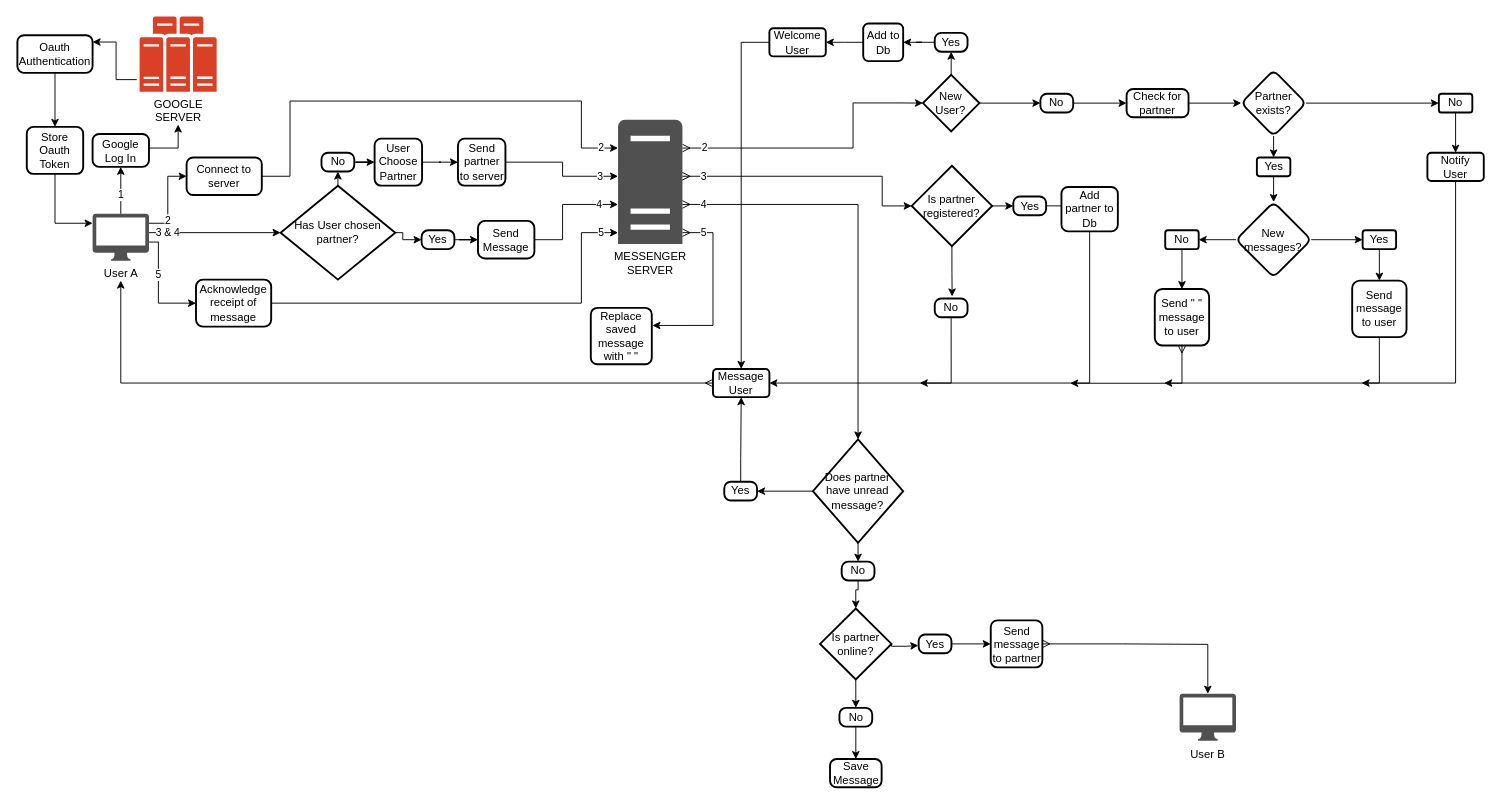
This is mini_messenger_flowchart.drawio from gitupwithit/mini_messenger_extension, a draw.io file, before an edit. Source tidied: cells renumbered, new cells numbered last; positions are measured from the earlier drawing's top-left corner, leaving out a move shared by most shapes. Both pictures are drawn from the tidied source at 94%, with x=0, y=0 at pixel (17, 16).
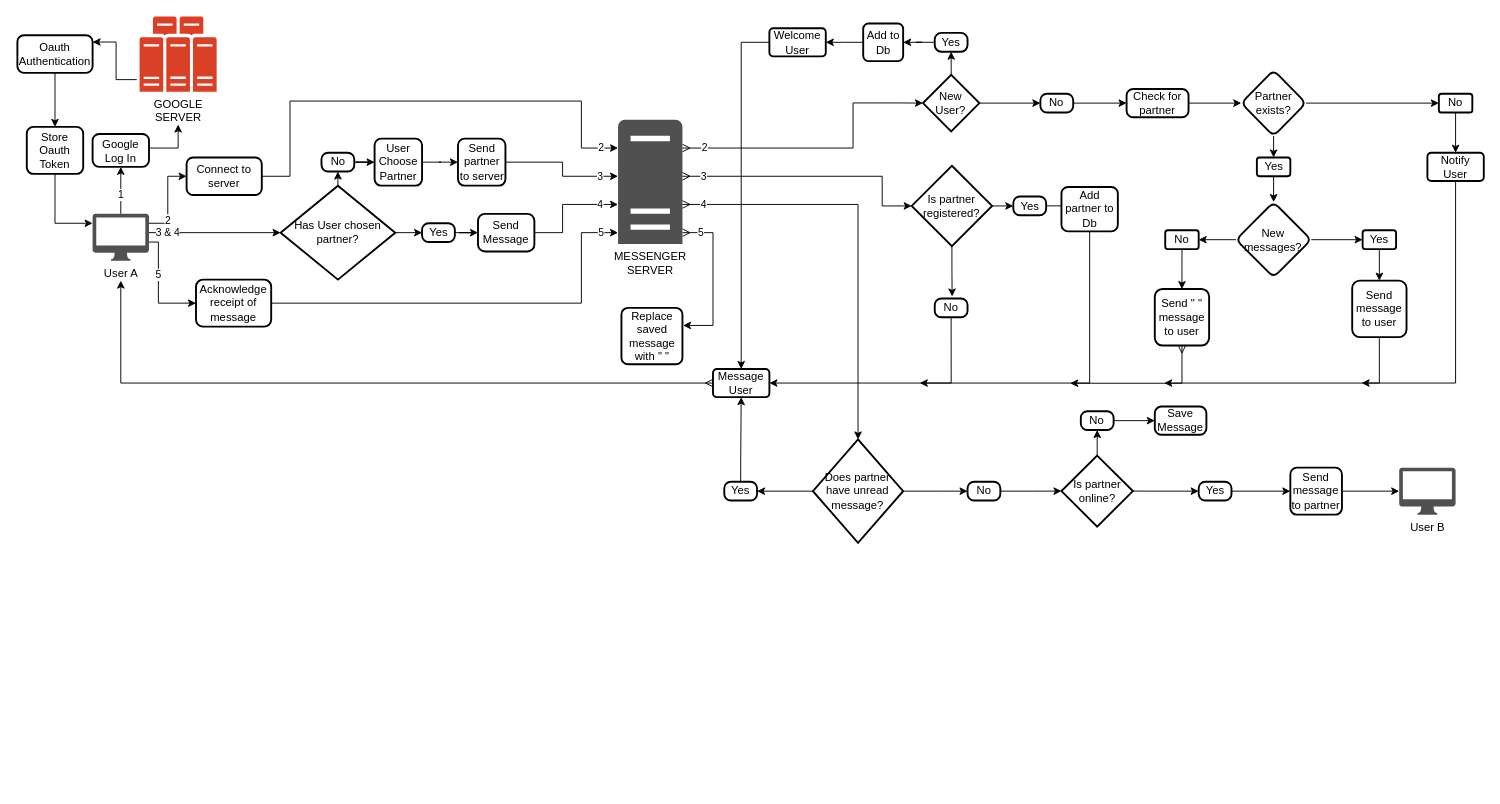
The same diagram, later.

Unchanged cells that the change refers to:
```xml
<mxCell id="11" value="MESSENGER&lt;br&gt;SERVER" style="sketch=0;shadow=0;dashed=0;html=1;strokeColor=none;fillColor=#505050;labelPosition=center;verticalLabelPosition=bottom;verticalAlign=top;outlineConnect=0;align=center;shape=mxgraph.office.servers.server_generic;points=[[0.11,0.94,0,0,0],[0.5,1,0,0,34],[1,1,0,2,3]];" parent="1" vertex="1">
  <mxGeometry x="639" y="110" width="68.5" height="132" as="geometry" />
</mxCell>
<mxCell id="51" value="Has User chosen partner?" style="strokeWidth=2;html=1;shape=mxgraph.flowchart.decision;whiteSpace=wrap;" parent="1" vertex="1">
  <mxGeometry x="280" y="180" width="122" height="100" as="geometry" />
</mxCell>
<mxCell id="55" value="No" style="rounded=1;whiteSpace=wrap;html=1;absoluteArcSize=1;arcSize=14;strokeWidth=2;" parent="1" vertex="1">
  <mxGeometry x="323.5" y="145" width="34.9" height="20" as="geometry" />
</mxCell>
<mxCell id="86" value="&lt;span style=&quot;background-color: initial;&quot;&gt;Does partner have unread message?&lt;/span&gt;" style="strokeWidth=2;html=1;shape=mxgraph.flowchart.decision;whiteSpace=wrap;" parent="1" vertex="1">
  <mxGeometry x="846.3" y="450" width="96" height="110" as="geometry" />
</mxCell>
```

Change to the diagram source:
```diff
@@
+    <mxCell id="50" style="edgeStyle=orthogonalEdgeStyle;rounded=0;jettySize=auto;html=1;exitX=0.5;exitY=0;exitDx=0;exitDy=0;exitPerimeter=0;entryX=0.5;entryY=1;entryDx=0;entryDy=0;" parent="1" edge="1" source="51" target="55">
+      <mxGeometry relative="1" as="geometry" />
+    </mxCell>
     <mxCell id="49" style="edgeStyle=orthogonalEdgeStyle;rounded=0;jettySize=auto;html=1;exitX=1;exitY=0.5;exitDx=0;exitDy=0;exitPerimeter=0;entryX=0;entryY=0.5;entryDx=0;entryDy=0;" parent="1" edge="1" source="51" target="53">
-      <mxGeometry relative="1" as="geometry">
-        <Array as="points">
-          <mxPoint x="410" y="230" />
-          <mxPoint x="410" y="237" />
-        </Array>
-      </mxGeometry>
+      <mxGeometry relative="1" as="geometry" />
     </mxCell>
-    <mxCell id="50" style="edgeStyle=orthogonalEdgeStyle;rounded=0;jettySize=auto;html=1;exitX=0.5;exitY=0;exitDx=0;exitDy=0;exitPerimeter=0;entryX=0.5;entryY=1;entryDx=0;entryDy=0;" parent="1" edge="1" source="51" target="55">
-      <mxGeometry relative="1" as="geometry" />
-    </mxCell>
@@
     <mxCell id="53" value="Yes" style="rounded=1;whiteSpace=wrap;html=1;absoluteArcSize=1;arcSize=14;strokeWidth=2;" parent="1" vertex="1">
-      <mxGeometry x="430" y="227.5" width="34.9" height="20" as="geometry" />
+      <mxGeometry x="430.5" y="220" width="34.9" height="20" as="geometry" />
     </mxCell>
@@
     <mxCell id="70" value="4" style="edgeStyle=orthogonalEdgeStyle;rounded=0;jettySize=auto;html=1;exitX=1;exitY=0.5;exitDx=0;exitDy=0;" parent="1" edge="1" source="71" target="11">
-      <mxGeometry x="0.67" relative="1" as="geometry">
+      <mxGeometry x="0.68" relative="1" as="geometry">
         <Array as="points">
-          <mxPoint x="580" y="238" />
+          <mxPoint x="580" y="230" />
           <mxPoint x="580" y="200" />
         </Array>
       </mxGeometry>
     </mxCell>
     <mxCell id="71" value="Send Message" style="rounded=1;whiteSpace=wrap;html=1;absoluteArcSize=1;arcSize=15;strokeWidth=2;" parent="1" vertex="1">
-      <mxGeometry x="490" y="217.5" width="60" height="40" as="geometry" />
+      <mxGeometry x="490" y="210" width="60" height="40" as="geometry" />
     </mxCell>
-    <mxCell id="72" style="edgeStyle=orthogonalEdgeStyle;rounded=0;jettySize=auto;html=1;exitX=0.5;exitY=1;exitDx=0;exitDy=0;exitPerimeter=0;entryX=0.5;entryY=0;entryDx=0;entryDy=0;" parent="1" edge="1" source="73" target="77">
+    <mxCell id="72" style="edgeStyle=orthogonalEdgeStyle;rounded=0;jettySize=auto;html=1;exitX=0.5;exitY=0;exitDx=0;exitDy=0;exitPerimeter=0;entryX=0.5;entryY=1;entryDx=0;entryDy=0;" parent="1" edge="1" source="73" target="77">
       <mxGeometry relative="1" as="geometry" />
     </mxCell>
     <mxCell id="73" value="&lt;span style=&quot;background-color: initial;&quot;&gt;Is partner online?&lt;/span&gt;" style="strokeWidth=2;html=1;shape=mxgraph.flowchart.decision;whiteSpace=wrap;" parent="1" vertex="1">
-      <mxGeometry x="853.9" y="629.8" width="76" height="75.5" as="geometry" />
+      <mxGeometry x="1110.7" y="467.2" width="76" height="75.5" as="geometry" />
     </mxCell>
@@
     <mxCell id="75" value="Yes" style="rounded=1;whiteSpace=wrap;html=1;absoluteArcSize=1;arcSize=14;strokeWidth=2;" parent="1" vertex="1">
-      <mxGeometry x="958.8" y="657.5" width="34.9" height="20" as="geometry" />
+      <mxGeometry x="1256.7" y="495" width="34.9" height="20" as="geometry" />
     </mxCell>
-    <mxCell id="76" style="edgeStyle=orthogonalEdgeStyle;rounded=0;jettySize=auto;html=1;exitX=0.5;exitY=1;exitDx=0;exitDy=0;entryX=0.5;entryY=0;entryDx=0;entryDy=0;" parent="1" edge="1" source="77" target="83">
+    <mxCell id="76" style="edgeStyle=orthogonalEdgeStyle;rounded=0;jettySize=auto;html=1;exitX=1;exitY=0.5;exitDx=0;exitDy=0;entryX=0;entryY=0.5;entryDx=0;entryDy=0;" parent="1" edge="1" source="77" target="83">
       <mxGeometry relative="1" as="geometry" />
     </mxCell>
     <mxCell id="77" value="No" style="rounded=1;whiteSpace=wrap;html=1;absoluteArcSize=1;arcSize=14;strokeWidth=2;" parent="1" vertex="1">
-      <mxGeometry x="874.5" y="735.5" width="34.9" height="20" as="geometry" />
+      <mxGeometry x="1131.3" y="420" width="34.9" height="20" as="geometry" />
     </mxCell>
-    <mxCell id="78" style="edgeStyle=orthogonalEdgeStyle;rounded=0;jettySize=auto;html=1;exitX=1;exitY=0.5;exitDx=0;exitDy=0;exitPerimeter=0;entryX=-0.01;entryY=0.584;entryDx=0;entryDy=0;entryPerimeter=0;" parent="1" edge="1" source="73" target="75">
-      <mxGeometry relative="1" as="geometry">
-        <Array as="points">
-          <mxPoint x="929.5" y="670" />
-          <mxPoint x="945.5" y="670" />
-        </Array>
-      </mxGeometry>
+    <mxCell id="78" style="edgeStyle=orthogonalEdgeStyle;rounded=0;jettySize=auto;html=1;exitX=1;exitY=0.5;exitDx=0;exitDy=0;exitPerimeter=0;entryX=0;entryY=0.5;entryDx=0;entryDy=0;" parent="1" edge="1" source="73" target="75">
+      <mxGeometry relative="1" as="geometry" />
     </mxCell>
@@
     <mxCell id="80" value="User B" style="sketch=0;shadow=0;dashed=0;html=1;strokeColor=none;fillColor=#505050;labelPosition=center;verticalLabelPosition=bottom;verticalAlign=top;outlineConnect=0;align=center;shape=mxgraph.office.devices.mac_client;points=[[0,0,0,-37,-3],[0.5,1,0,0,21]];" parent="1" vertex="1">
-      <mxGeometry x="1236.4" y="720.5" width="60" height="50" as="geometry" />
+      <mxGeometry x="1470" y="480" width="60" height="50" as="geometry" />
     </mxCell>
+    <mxCell id="82" style="edgeStyle=orthogonalEdgeStyle;rounded=0;jettySize=auto;html=1;exitX=1;exitY=0.5;exitDx=0;exitDy=0;flowAnimation=1;" parent="1" edge="1" source="81" target="80">
+      <mxGeometry relative="1" as="geometry" />
+    </mxCell>
     <mxCell id="81" value="Send message to partner" style="rounded=1;whiteSpace=wrap;html=1;absoluteArcSize=1;arcSize=14;strokeWidth=2;" parent="1" vertex="1">
-      <mxGeometry x="1035.5" y="642.5" width="54.9" height="50" as="geometry" />
+      <mxGeometry x="1354.2" y="480" width="54.9" height="50" as="geometry" />
     </mxCell>
-    <mxCell id="82" style="edgeStyle=orthogonalEdgeStyle;rounded=0;jettySize=auto;html=1;exitX=1;exitY=0.5;exitDx=0;exitDy=0;startArrow=ERmany;startFill=0;flowAnimation=1;" parent="1" edge="1" source="81" target="80">
-      <mxGeometry relative="1" as="geometry">
-        <Array as="points">
-          <mxPoint x="1175.5" y="668" />
-          <mxPoint x="1215.5" y="668" />
-        </Array>
-      </mxGeometry>
-    </mxCell>
     <mxCell id="83" value="Save Message" style="rounded=1;whiteSpace=wrap;html=1;absoluteArcSize=1;arcSize=14;strokeWidth=2;" parent="1" vertex="1">
-      <mxGeometry x="864.5" y="790" width="54.9" height="30" as="geometry" />
+      <mxGeometry x="1210" y="415" width="54.9" height="30" as="geometry" />
     </mxCell>
-    <mxCell id="84" style="edgeStyle=orthogonalEdgeStyle;rounded=0;jettySize=auto;html=1;exitX=0.5;exitY=1;exitDx=0;exitDy=0;exitPerimeter=0;entryX=0.5;entryY=0;entryDx=0;entryDy=0;" parent="1" edge="1" source="86" target="89">
+    <mxCell id="84" style="edgeStyle=orthogonalEdgeStyle;rounded=0;jettySize=auto;html=1;exitX=1;exitY=0.5;exitDx=0;exitDy=0;exitPerimeter=0;entryX=0;entryY=0.5;entryDx=0;entryDy=0;" parent="1" edge="1" source="86" target="89">
       <mxGeometry relative="1" as="geometry">
         <Array as="points">
-          <mxPoint x="894.5" y="560" />
-          <mxPoint x="894.5" y="580" />
+          <mxPoint x="980" y="505" />
+          <mxPoint x="980" y="505" />
         </Array>
       </mxGeometry>
     </mxCell>
@@
     <mxCell id="89" value="No" style="rounded=1;whiteSpace=wrap;html=1;absoluteArcSize=1;arcSize=14;strokeWidth=2;" parent="1" vertex="1">
-      <mxGeometry x="876.9" y="580" width="34.9" height="20" as="geometry" />
+      <mxGeometry x="1010.8" y="495" width="34.9" height="20" as="geometry" />
     </mxCell>
-    <mxCell id="90" style="edgeStyle=orthogonalEdgeStyle;rounded=0;jettySize=auto;html=1;exitX=0.5;exitY=1;exitDx=0;exitDy=0;entryX=0.5;entryY=0;entryDx=0;entryDy=0;entryPerimeter=0;" parent="1" edge="1" source="89" target="73">
+    <mxCell id="90" style="edgeStyle=orthogonalEdgeStyle;rounded=0;jettySize=auto;html=1;exitX=1;exitY=0.5;exitDx=0;exitDy=0;entryX=0;entryY=0.5;entryDx=0;entryDy=0;entryPerimeter=0;" parent="1" edge="1" source="89" target="73">
       <mxGeometry relative="1" as="geometry">
         <Array as="points">
-          <mxPoint x="894.5" y="610" />
-          <mxPoint x="892.5" y="610" />
+          <mxPoint x="1080" y="505" />
+          <mxPoint x="1080" y="505" />
         </Array>
       </mxGeometry>
     </mxCell>
@@
     <mxCell id="93" value="Replace saved message with &quot; &quot;" style="rounded=1;whiteSpace=wrap;html=1;absoluteArcSize=1;arcSize=14;strokeWidth=2;" parent="1" vertex="1">
-      <mxGeometry x="610" y="310" width="64.9" height="60" as="geometry" />
+      <mxGeometry x="642.6" y="310" width="64.9" height="60" as="geometry" />
     </mxCell>
```
